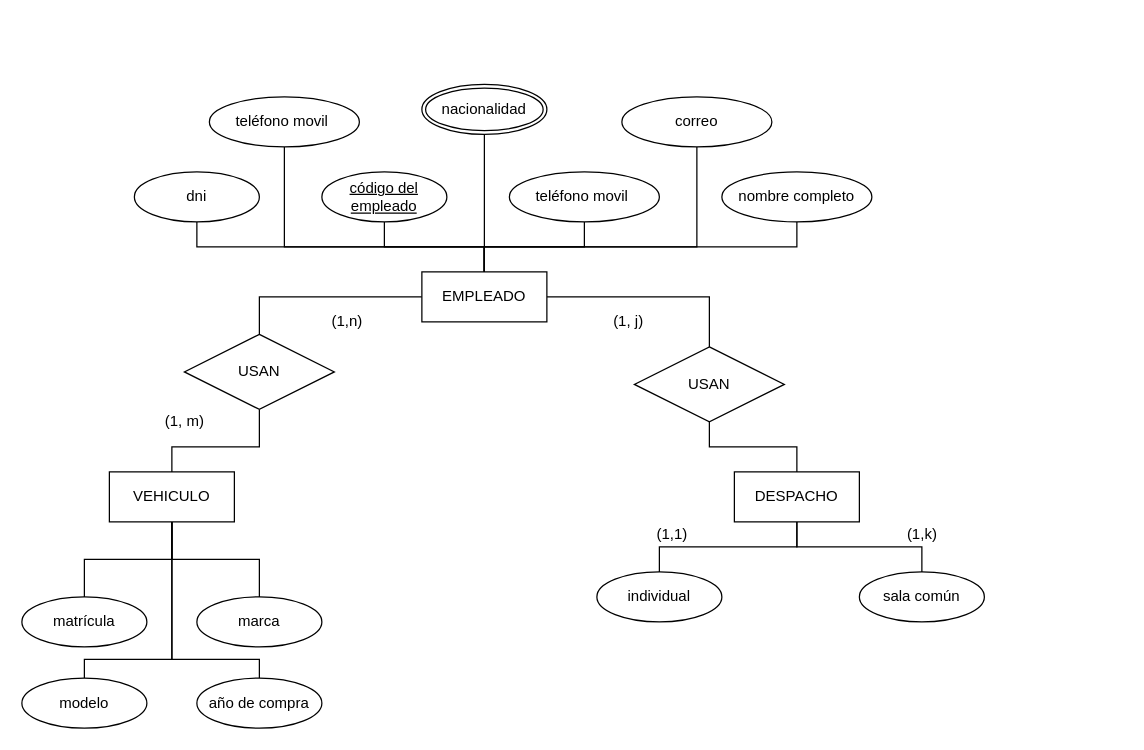
The draw.io diagram Practica P0 - ejer1.drawio in Badi21/Diagramas-Base-Datos, before the edit. Source tidied: cells renumbered, new cells numbered last; positions are measured from the earlier drawing's top-left corner, leaving out a move shared by most shapes. Both pictures are drawn from the tidied source at 125%, with x=0, y=0 at pixel (21, 84).
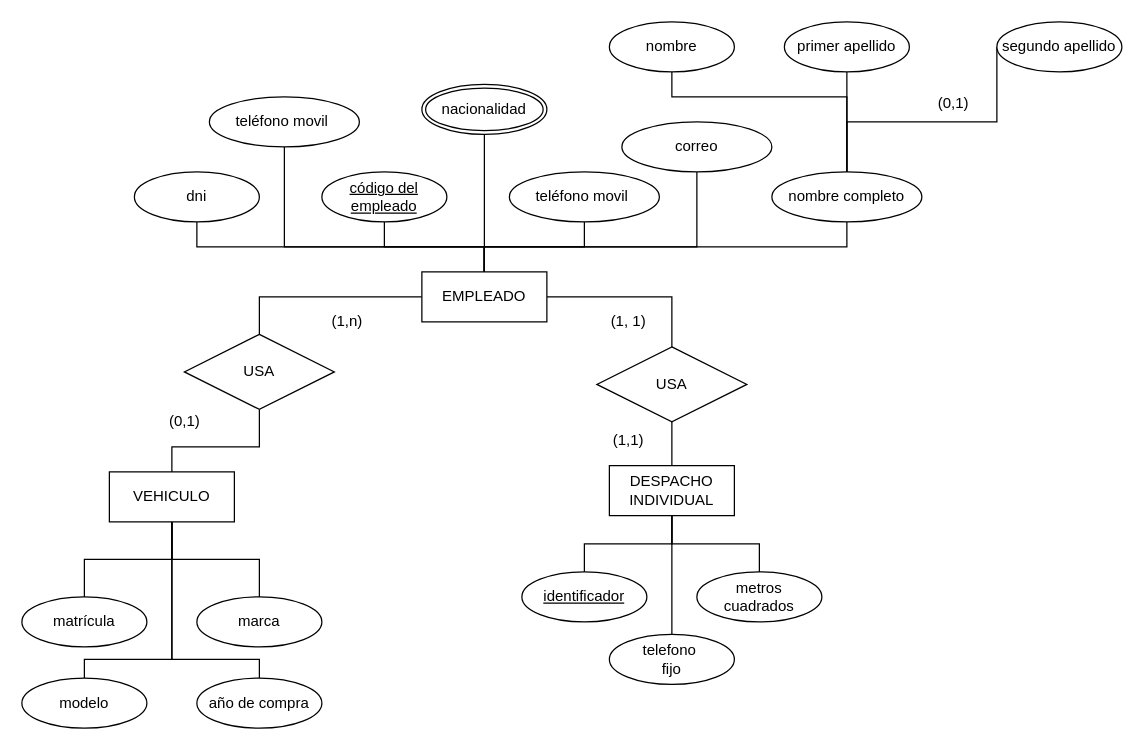
Above is the later version.

Commit message:
Actualizar Practica P0 - compelto.drawio

Unchanged cells that the change refers to:
```xml
<mxCell id="10" value="EMPLEADO" style="whiteSpace=wrap;html=1;align=center;" parent="1" vertex="1">
  <mxGeometry x="320" y="150" width="100" height="40" as="geometry" />
</mxCell>
```

Change to the diagram source:
```diff
@@
-    <mxCell id="6" style="edgeStyle=orthogonalEdgeStyle;rounded=0;jettySize=auto;html=1;exitX=0.5;exitY=0;exitDx=0;exitDy=0;entryX=0.5;entryY=1;entryDx=0;entryDy=0;endArrow=none;endFill=0;" parent="1" edge="1" source="10" target="25">
-      <mxGeometry relative="1" as="geometry">
-        <Array as="points">
-          <mxPoint x="370" y="130" />
-          <mxPoint x="540" y="130" />
-        </Array>
-      </mxGeometry>
-    </mxCell>
@@
+    <mxCell id="42" style="edgeStyle=orthogonalEdgeStyle;rounded=0;jettySize=auto;html=1;exitX=0.5;exitY=1;exitDx=0;exitDy=0;entryX=0.5;entryY=0;entryDx=0;entryDy=0;endArrow=none;endFill=0;" parent="1" edge="1" source="18" target="47">
+      <mxGeometry relative="1" as="geometry" />
+    </mxCell>
-    <mxCell id="18" value="DESPACHO" style="whiteSpace=wrap;html=1;align=center;" parent="1" vertex="1">
-      <mxGeometry x="570" y="310" width="100" height="40" as="geometry" />
+    <mxCell id="18" value="DESPACHO&lt;br&gt;INDIVIDUAL" style="whiteSpace=wrap;html=1;align=center;" parent="1" vertex="1">
+      <mxGeometry x="470" y="305" width="100" height="40" as="geometry" />
     </mxCell>
@@
-    <mxCell id="20" value="USAN" style="shape=rhombus;perimeter=rhombusPerimeter;whiteSpace=wrap;html=1;align=center;" parent="1" vertex="1">
+    <mxCell id="20" value="USA" style="shape=rhombus;perimeter=rhombusPerimeter;whiteSpace=wrap;html=1;align=center;" parent="1" vertex="1">
       <mxGeometry x="130" y="200" width="120" height="60" as="geometry" />
     </mxCell>
     <mxCell id="21" style="edgeStyle=orthogonalEdgeStyle;rounded=0;jettySize=auto;html=1;exitX=0.5;exitY=1;exitDx=0;exitDy=0;entryX=0.5;entryY=0;entryDx=0;entryDy=0;endArrow=none;endFill=0;" parent="1" edge="1" source="22" target="18">
       <mxGeometry relative="1" as="geometry">
         <Array as="points">
-          <mxPoint x="550" y="290" />
-          <mxPoint x="620" y="290" />
+          <mxPoint x="520" y="270" />
+          <mxPoint x="520" y="305" />
         </Array>
       </mxGeometry>
     </mxCell>
-    <mxCell id="22" value="USAN" style="shape=rhombus;perimeter=rhombusPerimeter;whiteSpace=wrap;html=1;align=center;" parent="1" vertex="1">
-      <mxGeometry x="490" y="210" width="120" height="60" as="geometry" />
+    <mxCell id="22" value="USA" style="shape=rhombus;perimeter=rhombusPerimeter;whiteSpace=wrap;html=1;align=center;" parent="1" vertex="1">
+      <mxGeometry x="460" y="210" width="120" height="60" as="geometry" />
     </mxCell>
@@
+    <mxCell id="43" style="edgeStyle=orthogonalEdgeStyle;rounded=0;jettySize=auto;html=1;exitX=0.5;exitY=0;exitDx=0;exitDy=0;entryX=0.5;entryY=1;entryDx=0;entryDy=0;endArrow=none;endFill=0;" parent="1" edge="1" source="24" target="48">
+      <mxGeometry relative="1" as="geometry">
+        <Array as="points">
+          <mxPoint x="660" y="10" />
+          <mxPoint x="520" y="10" />
+        </Array>
+      </mxGeometry>
+    </mxCell>
+    <mxCell id="44" style="edgeStyle=orthogonalEdgeStyle;rounded=0;jettySize=auto;html=1;exitX=0.5;exitY=0;exitDx=0;exitDy=0;entryX=0.5;entryY=1;entryDx=0;entryDy=0;endArrow=none;endFill=0;" parent="1" edge="1" source="24" target="49">
+      <mxGeometry relative="1" as="geometry" />
+    </mxCell>
+    <mxCell id="45" style="edgeStyle=orthogonalEdgeStyle;rounded=0;jettySize=auto;html=1;exitX=0.5;exitY=0;exitDx=0;exitDy=0;entryX=0;entryY=0.5;entryDx=0;entryDy=0;endArrow=none;endFill=0;" parent="1" edge="1" source="24" target="50">
+      <mxGeometry relative="1" as="geometry">
+        <Array as="points">
+          <mxPoint x="660" y="30" />
+          <mxPoint x="780" y="30" />
+        </Array>
+      </mxGeometry>
+    </mxCell>
     <mxCell id="24" value="nombre completo" style="ellipse;whiteSpace=wrap;html=1;align=center;strokeColor=default;" parent="1" vertex="1">
-      <mxGeometry x="560" y="70" width="120" height="40" as="geometry" />
+      <mxGeometry x="600" y="70" width="120" height="40" as="geometry" />
     </mxCell>
+    <mxCell id="46" style="edgeStyle=orthogonalEdgeStyle;rounded=0;jettySize=auto;html=1;exitX=0.5;exitY=1;exitDx=0;exitDy=0;entryX=0.5;entryY=0;entryDx=0;entryDy=0;endArrow=none;endFill=0;" parent="1" edge="1" source="25" target="10">
+      <mxGeometry relative="1" as="geometry">
+        <Array as="points">
+          <mxPoint x="540" y="130" />
+          <mxPoint x="370" y="130" />
+        </Array>
+      </mxGeometry>
+    </mxCell>
     <mxCell id="25" value="correo" style="ellipse;whiteSpace=wrap;html=1;align=center;strokeColor=default;" parent="1" vertex="1">
-      <mxGeometry x="480" y="10" width="120" height="40" as="geometry" />
+      <mxGeometry x="480" y="30" width="120" height="40" as="geometry" />
     </mxCell>
@@
-    <mxCell id="30" value="individual" style="ellipse;whiteSpace=wrap;html=1;align=center;strokeColor=default;" parent="1" vertex="1">
-      <mxGeometry x="460" y="390" width="100" height="40" as="geometry" />
+    <mxCell id="30" value="identificador" style="ellipse;whiteSpace=wrap;html=1;align=center;strokeColor=default;fontStyle=4;" parent="1" vertex="1">
+      <mxGeometry x="400" y="390" width="100" height="40" as="geometry" />
     </mxCell>
-    <mxCell id="31" value="sala común" style="ellipse;whiteSpace=wrap;html=1;align=center;strokeColor=default;" parent="1" vertex="1">
-      <mxGeometry x="670" y="390" width="100" height="40" as="geometry" />
+    <mxCell id="31" value="metros &lt;br&gt;cuadrados" style="ellipse;whiteSpace=wrap;html=1;align=center;strokeColor=default;" parent="1" vertex="1">
+      <mxGeometry x="540" y="390" width="100" height="40" as="geometry" />
     </mxCell>
@@
-    <mxCell id="37" value="(1, m)" style="text;html=1;align=center;verticalAlign=middle;strokeColor=none;fillColor=none;" parent="1" vertex="1">
+    <mxCell id="37" value="(0,1)" style="text;html=1;align=center;verticalAlign=middle;strokeColor=none;fillColor=none;" parent="1" vertex="1">
       <mxGeometry x="105" y="255" width="50" height="30" as="geometry" />
     </mxCell>
-    <mxCell id="38" value="(1, j)" style="text;html=1;align=center;verticalAlign=middle;strokeColor=none;fillColor=none;" parent="1" vertex="1">
+    <mxCell id="38" value="(1, 1)" style="text;html=1;align=center;verticalAlign=middle;strokeColor=none;fillColor=none;" parent="1" vertex="1">
       <mxGeometry x="460" y="175" width="50" height="30" as="geometry" />
     </mxCell>
+    <mxCell id="41" value="nacionalidad" style="ellipse;shape=doubleEllipse;margin=3;whiteSpace=wrap;html=1;align=center;shadow=0;sketch=0;strokeColor=default;" parent="1" vertex="1">
+      <mxGeometry x="320" width="100" height="40" as="geometry" />
+    </mxCell>
     <mxCell id="39" value="(1,1)" style="text;html=1;align=center;verticalAlign=middle;strokeColor=none;fillColor=none;" parent="1" vertex="1">
-      <mxGeometry x="495" y="345" width="50" height="30" as="geometry" />
+      <mxGeometry x="460" y="270" width="50" height="30" as="geometry" />
     </mxCell>
-    <mxCell id="40" value="(1,k)" style="text;html=1;align=center;verticalAlign=middle;strokeColor=none;fillColor=none;" parent="1" vertex="1">
-      <mxGeometry x="695" y="345" width="50" height="30" as="geometry" />
-    </mxCell>
-    <mxCell id="41" value="nacionalidad" style="ellipse;shape=doubleEllipse;margin=3;whiteSpace=wrap;html=1;align=center;shadow=0;sketch=0;strokeColor=default;" parent="1" vertex="1">
-      <mxGeometry x="320" width="100" height="40" as="geometry" />
-    </mxCell>
+    <mxCell id="47" value="telefono&amp;nbsp;&lt;br&gt;fijo" style="ellipse;whiteSpace=wrap;html=1;align=center;strokeColor=default;" parent="1" vertex="1">
+      <mxGeometry x="470" y="440" width="100" height="40" as="geometry" />
+    </mxCell>
+    <mxCell id="48" value="nombre" style="ellipse;whiteSpace=wrap;html=1;align=center;shadow=0;sketch=0;strokeColor=default;" parent="1" vertex="1">
+      <mxGeometry x="470" y="-50" width="100" height="40" as="geometry" />
+    </mxCell>
+    <mxCell id="49" value="primer apellido" style="ellipse;whiteSpace=wrap;html=1;align=center;shadow=0;sketch=0;strokeColor=default;" parent="1" vertex="1">
+      <mxGeometry x="610" y="-50" width="100" height="40" as="geometry" />
+    </mxCell>
+    <mxCell id="50" value="segundo apellido" style="ellipse;whiteSpace=wrap;html=1;align=center;shadow=0;sketch=0;strokeColor=default;" parent="1" vertex="1">
+      <mxGeometry x="780" y="-50" width="100" height="40" as="geometry" />
+    </mxCell>
+    <mxCell id="51" value="(0,1)" style="text;html=1;align=center;verticalAlign=middle;strokeColor=none;fillColor=none;" parent="1" vertex="1">
+      <mxGeometry x="720" width="50" height="30" as="geometry" />
+    </mxCell>
```
